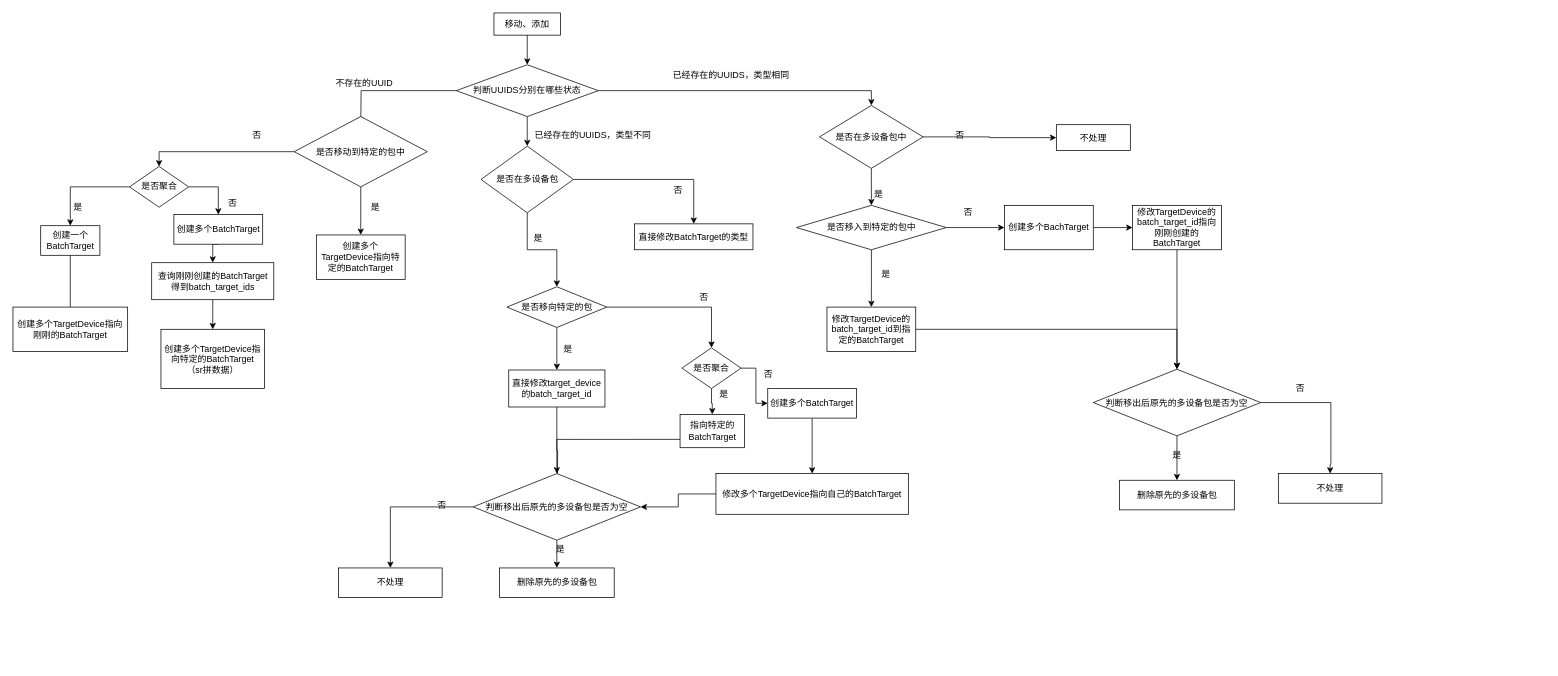
Before: 未命名绘图.drawio in xxgzzp/antdpro, a draw.io diagram. Source tidied: cells renumbered, new cells numbered last; positions are measured from the earlier drawing's top-left corner, leaving out a move shared by most shapes. Both pictures are drawn from the tidied source at 74%, with x=0, y=0 at pixel (13, 13).
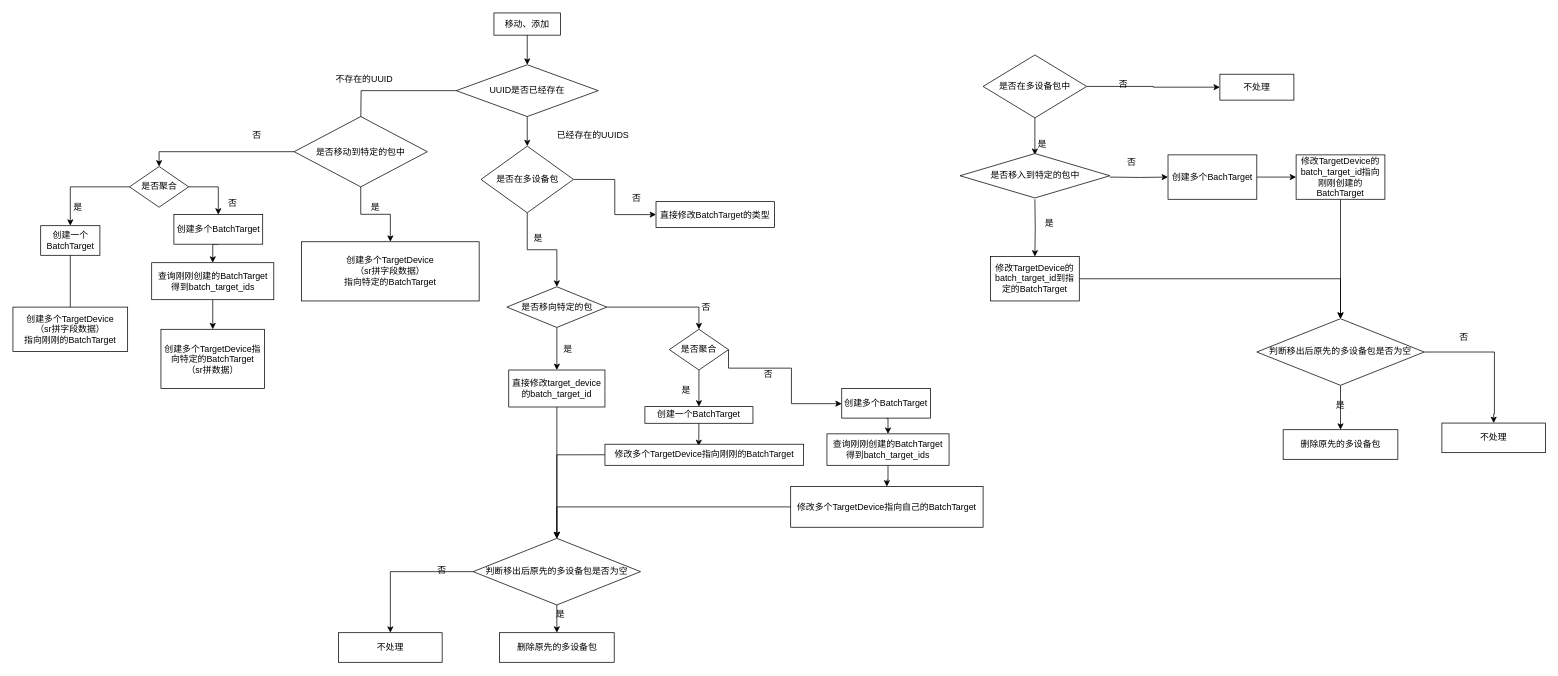
Above is the later version.

The change refers to these unchanged cells:
```xml
<mxCell id="55" value="直接修改target_device的batch_target_id" style="rounded=0;whiteSpace=wrap;html=1;" parent="1" vertex="1">
  <mxGeometry x="670" y="482.5" width="130" height="50" as="geometry" />
</mxCell>
```

What changed in the source:
```diff
@@
-    <mxCell id="8" style="edgeStyle=orthogonalEdgeStyle;rounded=0;jettySize=auto;html=1;exitX=1;exitY=0.5;exitDx=0;exitDy=0;entryX=0.5;entryY=0;entryDx=0;entryDy=0;" parent="1" edge="1" source="10" target="44">
-      <mxGeometry relative="1" as="geometry" />
-    </mxCell>
@@
-    <mxCell id="10" value="判断UUIDS分别在哪些状态" style="rhombus;whiteSpace=wrap;html=1;rounded=0;" parent="1" vertex="1">
+    <mxCell id="10" value="UUID是否已经存在" style="rhombus;whiteSpace=wrap;html=1;rounded=0;" parent="1" vertex="1">
       <mxGeometry x="599" y="70" width="192" height="70" as="geometry" />
     </mxCell>
-    <mxCell id="11" value="已经存在的UUIDS，类型不同" style="text;html=1;strokeColor=none;fillColor=none;align=center;verticalAlign=middle;whiteSpace=wrap;rounded=0;" parent="1" vertex="1">
+    <mxCell id="11" value="已经存在的UUIDS" style="text;html=1;strokeColor=none;fillColor=none;align=center;verticalAlign=middle;whiteSpace=wrap;rounded=0;" parent="1" vertex="1">
       <mxGeometry x="699" y="140" width="170" height="50" as="geometry" />
     </mxCell>
@@
     <mxCell id="14" value="直接修改BatchTarget的类型" style="rounded=0;whiteSpace=wrap;html=1;" parent="1" vertex="1">
-      <mxGeometry x="840" y="285" width="160" height="35" as="geometry" />
+      <mxGeometry x="869" y="255" width="160" height="35" as="geometry" />
     </mxCell>
     <mxCell id="15" value="否" style="text;html=1;strokeColor=none;fillColor=none;align=center;verticalAlign=middle;whiteSpace=wrap;rounded=0;" parent="1" vertex="1">
-      <mxGeometry x="869" y="225" width="60" height="30" as="geometry" />
+      <mxGeometry x="812.5" y="235" width="60" height="30" as="geometry" />
     </mxCell>
-    <mxCell id="16" value="&lt;span style=&quot;color: rgb(0, 0, 0); font-family: Helvetica; font-size: 12px; font-style: normal; font-variant-ligatures: normal; font-variant-caps: normal; font-weight: 400; letter-spacing: normal; orphans: 2; text-align: center; text-indent: 0px; text-transform: none; widows: 2; word-spacing: 0px; -webkit-text-stroke-width: 0px; background-color: rgb(251, 251, 251); text-decoration-thickness: initial; text-decoration-style: initial; text-decoration-color: initial; float: none; display: inline !important;&quot;&gt;已经存在的UUIDS，类型相同&lt;/span&gt;" style="text;whiteSpace=wrap;html=1;" parent="1" vertex="1">
-      <mxGeometry x="890" y="70" width="190" height="40" as="geometry" />
-    </mxCell>
     <mxCell id="17" value="不存在的UUID" style="text;html=1;strokeColor=none;fillColor=none;align=center;verticalAlign=middle;whiteSpace=wrap;rounded=0;" parent="1" vertex="1">
-      <mxGeometry x="390" y="70" width="170" height="50" as="geometry" />
+      <mxGeometry x="390" y="65" width="170" height="50" as="geometry" />
     </mxCell>
@@
-    <mxCell id="27" value="创建多个TargetDevice指向刚刚的BatchTarget" style="rounded=0;whiteSpace=wrap;html=1;" parent="1" vertex="1">
+    <mxCell id="27" value="创建多个TargetDevice&lt;br&gt;（sr拼字段数据）&lt;br&gt;指向刚刚的BatchTarget" style="rounded=0;whiteSpace=wrap;html=1;" parent="1" vertex="1">
       <mxGeometry y="397.5" width="155" height="60" as="geometry" />
     </mxCell>
@@
-    <mxCell id="31" style="edgeStyle=orthogonalEdgeStyle;rounded=0;jettySize=auto;html=1;exitX=0.5;exitY=1;exitDx=0;exitDy=0;" parent="1" edge="1" source="33" target="35">
-      <mxGeometry relative="1" as="geometry" />
-    </mxCell>
     <mxCell id="32" style="edgeStyle=orthogonalEdgeStyle;rounded=0;jettySize=auto;html=1;exitX=1;exitY=0.5;exitDx=0;exitDy=0;" parent="1" edge="1" source="33" target="38">
-      <mxGeometry relative="1" as="geometry" />
+      <mxGeometry relative="1" as="geometry">
+        <Array as="points">
+          <mxPoint x="1052" y="480" />
+          <mxPoint x="1052" y="528" />
+        </Array>
+      </mxGeometry>
     </mxCell>
+    <mxCell id="86" style="edgeStyle=orthogonalEdgeStyle;rounded=0;jettySize=auto;html=1;exitX=0.5;exitY=1;exitDx=0;exitDy=0;entryX=0.5;entryY=0;entryDx=0;entryDy=0;" parent="1" edge="1" source="33" target="90">
+      <mxGeometry relative="1" as="geometry" />
+    </mxCell>
     <mxCell id="33" value="是否聚合" style="rhombus;whiteSpace=wrap;html=1;" parent="1" vertex="1">
-      <mxGeometry x="904" y="452.5" width="80" height="55" as="geometry" />
+      <mxGeometry x="887" y="427.5" width="80" height="55" as="geometry" />
     </mxCell>
-    <mxCell id="34" style="edgeStyle=orthogonalEdgeStyle;rounded=0;jettySize=auto;html=1;exitX=0;exitY=0.75;exitDx=0;exitDy=0;entryX=0.5;entryY=0;entryDx=0;entryDy=0;" parent="1" edge="1" source="35" target="59">
-      <mxGeometry relative="1" as="geometry" />
-    </mxCell>
-    <mxCell id="35" value="指向特定的BatchTarget" style="rounded=0;whiteSpace=wrap;html=1;" parent="1" vertex="1">
-      <mxGeometry x="901.5" y="542.5" width="87" height="45" as="geometry" />
-    </mxCell>
     <mxCell id="36" value="是" style="text;html=1;strokeColor=none;fillColor=none;align=center;verticalAlign=middle;whiteSpace=wrap;rounded=0;" parent="1" vertex="1">
-      <mxGeometry x="931" y="492.5" width="60" height="45" as="geometry" />
+      <mxGeometry x="880" y="487.5" width="60" height="45" as="geometry" />
     </mxCell>
-    <mxCell id="37" style="edgeStyle=orthogonalEdgeStyle;rounded=0;jettySize=auto;html=1;exitX=0.5;exitY=1;exitDx=0;exitDy=0;entryX=0.5;entryY=0;entryDx=0;entryDy=0;" parent="1" edge="1" source="38" target="40">
-      <mxGeometry relative="1" as="geometry" />
-    </mxCell>
+    <mxCell id="87" style="edgeStyle=orthogonalEdgeStyle;rounded=0;jettySize=auto;html=1;exitX=0.5;exitY=1;exitDx=0;exitDy=0;entryX=0.5;entryY=0;entryDx=0;entryDy=0;" parent="1" edge="1" source="38" target="94">
+      <mxGeometry relative="1" as="geometry" />
+    </mxCell>
     <mxCell id="38" value="创建多个BatchTarget" style="rounded=0;whiteSpace=wrap;html=1;" parent="1" vertex="1">
-      <mxGeometry x="1020" y="507.5" width="120" height="40" as="geometry" />
+      <mxGeometry x="1120" y="507.5" width="120" height="40" as="geometry" />
     </mxCell>
@@
     <mxCell id="40" value="修改多个TargetDevice指向自己的BatchTarget" style="rounded=0;whiteSpace=wrap;html=1;" parent="1" vertex="1">
-      <mxGeometry x="950" y="622.5" width="260" height="55" as="geometry" />
+      <mxGeometry x="1051" y="640" width="260" height="55" as="geometry" />
     </mxCell>
@@
-    <mxCell id="43" style="edgeStyle=orthogonalEdgeStyle;rounded=0;jettySize=auto;html=1;exitX=0.5;exitY=1;exitDx=0;exitDy=0;entryX=0.5;entryY=0;entryDx=0;entryDy=0;" parent="1" edge="1" source="44" target="77">
-      <mxGeometry relative="1" as="geometry" />
+    <mxCell id="43" style="edgeStyle=orthogonalEdgeStyle;rounded=0;jettySize=auto;html=1;exitX=0.5;exitY=1;exitDx=0;exitDy=0;entryX=0.5;entryY=0;entryDx=0;entryDy=0;" parent="1" edge="1" source="44">
+      <mxGeometry relative="1" as="geometry">
+        <mxPoint x="1381" y="191.8" as="targetPoint" />
+      </mxGeometry>
     </mxCell>
     <mxCell id="44" value="是否在多设备包中" style="rhombus;whiteSpace=wrap;html=1;" parent="1" vertex="1">
-      <mxGeometry x="1090" y="125" width="140" height="85" as="geometry" />
+      <mxGeometry x="1311" y="56.8" width="140" height="85" as="geometry" />
     </mxCell>
@@
     <mxCell id="46" value="修改TargetDevice的batch_target_id指向刚刚创建的BatchTarget" style="rounded=0;whiteSpace=wrap;html=1;" parent="1" vertex="1">
-      <mxGeometry x="1513" y="260" width="120" height="60" as="geometry" />
+      <mxGeometry x="1734" y="191.8" width="120" height="60" as="geometry" />
     </mxCell>
     <mxCell id="47" value="是" style="text;html=1;strokeColor=none;fillColor=none;align=center;verticalAlign=middle;whiteSpace=wrap;rounded=0;" parent="1" vertex="1">
-      <mxGeometry x="1140" y="230" width="60" height="30" as="geometry" />
+      <mxGeometry x="1361" y="161.8" width="60" height="30" as="geometry" />
     </mxCell>
     <mxCell id="48" value="不处理" style="rounded=0;whiteSpace=wrap;html=1;" parent="1" vertex="1">
-      <mxGeometry x="1410" y="151" width="100" height="35" as="geometry" />
+      <mxGeometry x="1631" y="82.8" width="100" height="35" as="geometry" />
     </mxCell>
     <mxCell id="49" value="否" style="text;html=1;strokeColor=none;fillColor=none;align=center;verticalAlign=middle;whiteSpace=wrap;rounded=0;" parent="1" vertex="1">
-      <mxGeometry x="1250" y="150" width="60" height="30" as="geometry" />
+      <mxGeometry x="1471" y="81.8" width="60" height="30" as="geometry" />
     </mxCell>
@@
     <mxCell id="53" value="否" style="text;html=1;strokeColor=none;fillColor=none;align=center;verticalAlign=middle;whiteSpace=wrap;rounded=0;" parent="1" vertex="1">
-      <mxGeometry x="904" y="370" width="60" height="30" as="geometry" />
+      <mxGeometry x="907" y="382.5" width="60" height="30" as="geometry" />
     </mxCell>
-    <mxCell id="54" style="edgeStyle=orthogonalEdgeStyle;rounded=0;jettySize=auto;html=1;exitX=0.5;exitY=1;exitDx=0;exitDy=0;" parent="1" edge="1" source="55">
-      <mxGeometry relative="1" as="geometry">
-        <mxPoint x="735.6" y="650" as="targetPoint" />
-      </mxGeometry>
-    </mxCell>
+    <mxCell id="88" style="edgeStyle=orthogonalEdgeStyle;rounded=0;jettySize=auto;html=1;exitX=0.5;exitY=1;exitDx=0;exitDy=0;" parent="1" edge="1" source="55" target="59">
+      <mxGeometry relative="1" as="geometry" />
+    </mxCell>
@@
     <mxCell id="59" value="判断移出后原先的多设备包是否为空" style="rhombus;whiteSpace=wrap;html=1;" parent="1" vertex="1">
-      <mxGeometry x="621.9" y="622.5" width="226.2" height="90" as="geometry" />
+      <mxGeometry x="621.9" y="710" width="226.2" height="90" as="geometry" />
     </mxCell>
     <mxCell id="60" value="删除原先的多设备包" style="rounded=0;whiteSpace=wrap;html=1;" parent="1" vertex="1">
-      <mxGeometry x="657.5" y="750" width="155" height="40" as="geometry" />
+      <mxGeometry x="657.5" y="837.5" width="155" height="40" as="geometry" />
     </mxCell>
     <mxCell id="61" value="是" style="text;html=1;strokeColor=none;fillColor=none;align=center;verticalAlign=middle;whiteSpace=wrap;rounded=0;" parent="1" vertex="1">
-      <mxGeometry x="710" y="710" width="60" height="30" as="geometry" />
+      <mxGeometry x="710" y="797.5" width="60" height="30" as="geometry" />
     </mxCell>
     <mxCell id="62" value="不处理" style="rounded=0;whiteSpace=wrap;html=1;" parent="1" vertex="1">
-      <mxGeometry x="440" y="750" width="140" height="40" as="geometry" />
+      <mxGeometry x="440" y="837.5" width="140" height="40" as="geometry" />
     </mxCell>
     <mxCell id="63" value="否" style="text;html=1;strokeColor=none;fillColor=none;align=center;verticalAlign=middle;whiteSpace=wrap;rounded=0;" parent="1" vertex="1">
-      <mxGeometry x="550" y="650" width="60" height="30" as="geometry" />
+      <mxGeometry x="550" y="737.5" width="60" height="30" as="geometry" />
     </mxCell>
@@
     <mxCell id="65" style="edgeStyle=orthogonalEdgeStyle;rounded=0;jettySize=auto;html=1;exitX=1;exitY=0.5;exitDx=0;exitDy=0;entryX=0.5;entryY=0;entryDx=0;entryDy=0;" parent="1" edge="1" source="66" target="78">
       <mxGeometry relative="1" as="geometry">
         <Array as="points">
-          <mxPoint x="1781" y="527" />
-          <mxPoint x="1781" y="610" />
+          <mxPoint x="2002" y="458.8" />
+          <mxPoint x="2002" y="541.8" />
         </Array>
       </mxGeometry>
     </mxCell>
     <mxCell id="66" value="判断移出后原先的多设备包是否为空" style="rhombus;whiteSpace=wrap;html=1;" parent="1" vertex="1">
-      <mxGeometry x="1459.9" y="481.5" width="226.2" height="90" as="geometry" />
+      <mxGeometry x="1680.9" y="413.2" width="226.2" height="90" as="geometry" />
     </mxCell>
     <mxCell id="67" value="删除原先的多设备包" style="rounded=0;whiteSpace=wrap;html=1;" parent="1" vertex="1">
-      <mxGeometry x="1495.5" y="631.5" width="155" height="40" as="geometry" />
+      <mxGeometry x="1716.5" y="563.2" width="155" height="40" as="geometry" />
     </mxCell>
     <mxCell id="68" value="是" style="text;html=1;strokeColor=none;fillColor=none;align=center;verticalAlign=middle;whiteSpace=wrap;rounded=0;" parent="1" vertex="1">
-      <mxGeometry x="1543" y="582.8" width="60" height="30" as="geometry" />
+      <mxGeometry x="1764" y="514.5" width="60" height="30" as="geometry" />
     </mxCell>
@@
-    <mxCell id="73" value="创建多个TargetDevice指向特定的BatchTarget" style="rounded=0;whiteSpace=wrap;html=1;" parent="1" vertex="1">
-      <mxGeometry x="410" y="300" width="120" height="60" as="geometry" />
+    <mxCell id="73" value="创建多个TargetDevice&lt;br&gt;（sr拼字段数据）&lt;br&gt;指向特定的BatchTarget" style="rounded=0;whiteSpace=wrap;html=1;" parent="1" vertex="1">
+      <mxGeometry x="390" y="309.2" width="240" height="80" as="geometry" />
     </mxCell>
@@
-    <mxCell id="75" style="edgeStyle=orthogonalEdgeStyle;rounded=0;jettySize=auto;html=1;exitX=0.5;exitY=1;exitDx=0;exitDy=0;" parent="1" edge="1" source="77" target="81">
-      <mxGeometry relative="1" as="geometry" />
+    <mxCell id="75" style="edgeStyle=orthogonalEdgeStyle;rounded=0;jettySize=auto;html=1;exitX=0.5;exitY=1;exitDx=0;exitDy=0;" parent="1" edge="1" target="81">
+      <mxGeometry relative="1" as="geometry">
+        <mxPoint x="1381" y="251.8" as="sourcePoint" />
+      </mxGeometry>
     </mxCell>
-    <mxCell id="76" style="edgeStyle=orthogonalEdgeStyle;rounded=0;jettySize=auto;html=1;exitX=1;exitY=0.5;exitDx=0;exitDy=0;entryX=0;entryY=0.5;entryDx=0;entryDy=0;" parent="1" edge="1" source="77" target="83">
-      <mxGeometry relative="1" as="geometry" />
+    <mxCell id="76" style="edgeStyle=orthogonalEdgeStyle;rounded=0;jettySize=auto;html=1;exitX=1;exitY=0.5;exitDx=0;exitDy=0;entryX=0;entryY=0.5;entryDx=0;entryDy=0;" parent="1" edge="1" target="83">
+      <mxGeometry relative="1" as="geometry">
+        <mxPoint x="1482.3" y="221.8" as="sourcePoint" />
+      </mxGeometry>
     </mxCell>
     <mxCell id="77" value="是否移入到特定的包中" style="rhombus;whiteSpace=wrap;html=1;" parent="1" vertex="1">
-      <mxGeometry x="1058.8" y="260" width="202.5" height="60" as="geometry" />
+      <mxGeometry x="1279.8" y="190" width="202.5" height="60" as="geometry" />
     </mxCell>
     <mxCell id="78" value="不处理" style="rounded=0;whiteSpace=wrap;html=1;" parent="1" vertex="1">
-      <mxGeometry x="1710" y="622.5" width="140" height="40" as="geometry" />
+      <mxGeometry x="1931" y="554.2" width="140" height="40" as="geometry" />
     </mxCell>
     <mxCell id="79" value="否" style="text;html=1;strokeColor=none;fillColor=none;align=center;verticalAlign=middle;whiteSpace=wrap;rounded=0;" parent="1" vertex="1">
-      <mxGeometry x="1710" y="492.5" width="60" height="30" as="geometry" />
+      <mxGeometry x="1931" y="424.2" width="60" height="30" as="geometry" />
     </mxCell>
@@
     <mxCell id="81" value="修改TargetDevice的batch_target_id到指定的BatchTarget" style="rounded=0;whiteSpace=wrap;html=1;" parent="1" vertex="1">
-      <mxGeometry x="1100" y="397.5" width="120" height="60" as="geometry" />
+      <mxGeometry x="1321" y="329.2" width="120" height="60" as="geometry" />
     </mxCell>
@@
     <mxCell id="83" value="创建多个BachTarget" style="rounded=0;whiteSpace=wrap;html=1;" parent="1" vertex="1">
-      <mxGeometry x="1339.9" y="260" width="120" height="60" as="geometry" />
+      <mxGeometry x="1560.9" y="191.8" width="120" height="60" as="geometry" />
     </mxCell>
     <mxCell id="84" value="是" style="text;html=1;strokeColor=none;fillColor=none;align=center;verticalAlign=middle;whiteSpace=wrap;rounded=0;" parent="1" vertex="1">
-      <mxGeometry x="1150" y="337.5" width="60" height="30" as="geometry" />
+      <mxGeometry x="1371" y="269.2" width="60" height="30" as="geometry" />
     </mxCell>
     <mxCell id="85" value="否" style="text;html=1;strokeColor=none;fillColor=none;align=center;verticalAlign=middle;whiteSpace=wrap;rounded=0;" parent="1" vertex="1">
-      <mxGeometry x="1261.2" y="255" width="60" height="30" as="geometry" />
+      <mxGeometry x="1482.3" y="186.8" width="60" height="30" as="geometry" />
     </mxCell>
+    <mxCell id="89" style="edgeStyle=orthogonalEdgeStyle;rounded=0;jettySize=auto;html=1;exitX=0.5;exitY=1;exitDx=0;exitDy=0;entryX=0.472;entryY=0.089;entryDx=0;entryDy=0;entryPerimeter=0;" parent="1" edge="1" source="90" target="92">
+      <mxGeometry relative="1" as="geometry" />
+    </mxCell>
+    <mxCell id="90" value="创建一个BatchTarget" style="rounded=0;whiteSpace=wrap;html=1;" parent="1" vertex="1">
+      <mxGeometry x="854" y="532" width="146" height="22.5" as="geometry" />
+    </mxCell>
+    <mxCell id="91" style="edgeStyle=orthogonalEdgeStyle;rounded=0;jettySize=auto;html=1;exitX=0;exitY=0.5;exitDx=0;exitDy=0;" parent="1" edge="1" source="92" target="59">
+      <mxGeometry relative="1" as="geometry" />
+    </mxCell>
+    <mxCell id="92" value="修改多个TargetDevice指向刚刚的BatchTarget" style="rounded=0;whiteSpace=wrap;html=1;" parent="1" vertex="1">
+      <mxGeometry x="800" y="582.8" width="268.5" height="28.5" as="geometry" />
+    </mxCell>
+    <mxCell id="93" style="edgeStyle=orthogonalEdgeStyle;rounded=0;jettySize=auto;html=1;exitX=0.5;exitY=1;exitDx=0;exitDy=0;" parent="1" edge="1" source="94" target="40">
+      <mxGeometry relative="1" as="geometry" />
+    </mxCell>
+    <mxCell id="94" value="查询刚刚创建的BatchTarget&lt;br&gt;得到batch_target_ids" style="rounded=0;whiteSpace=wrap;html=1;" parent="1" vertex="1">
+      <mxGeometry x="1100" y="568.8" width="165" height="42.5" as="geometry" />
+    </mxCell>
```
